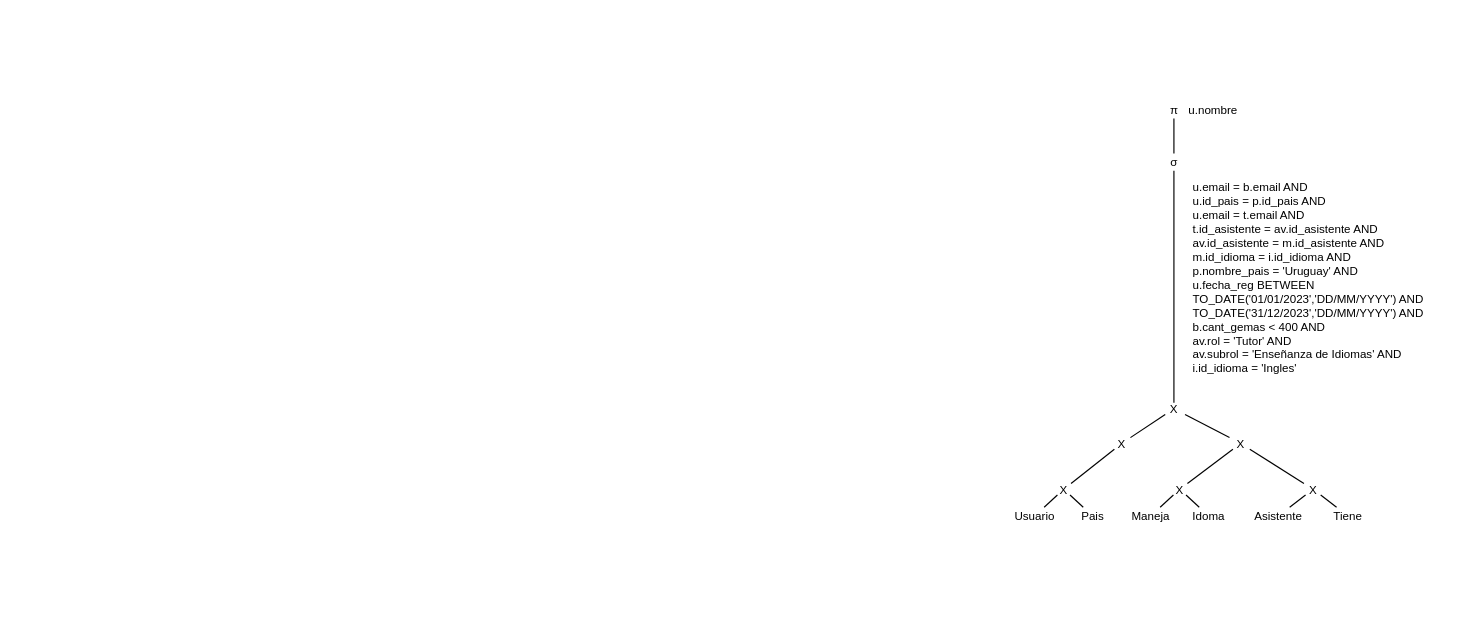
This is Ejercicio-3/Parte-4/arbolInicial.drawio from felipiacenza/BD2, a draw.io file, before an edit. Source tidied: cells renumbered, new cells numbered last; positions are measured from the earlier drawing's top-left corner, leaving out a move shared by most shapes. Both pictures are drawn from the tidied source at 58%, with x=0, y=0 at pixel (1013, 101).
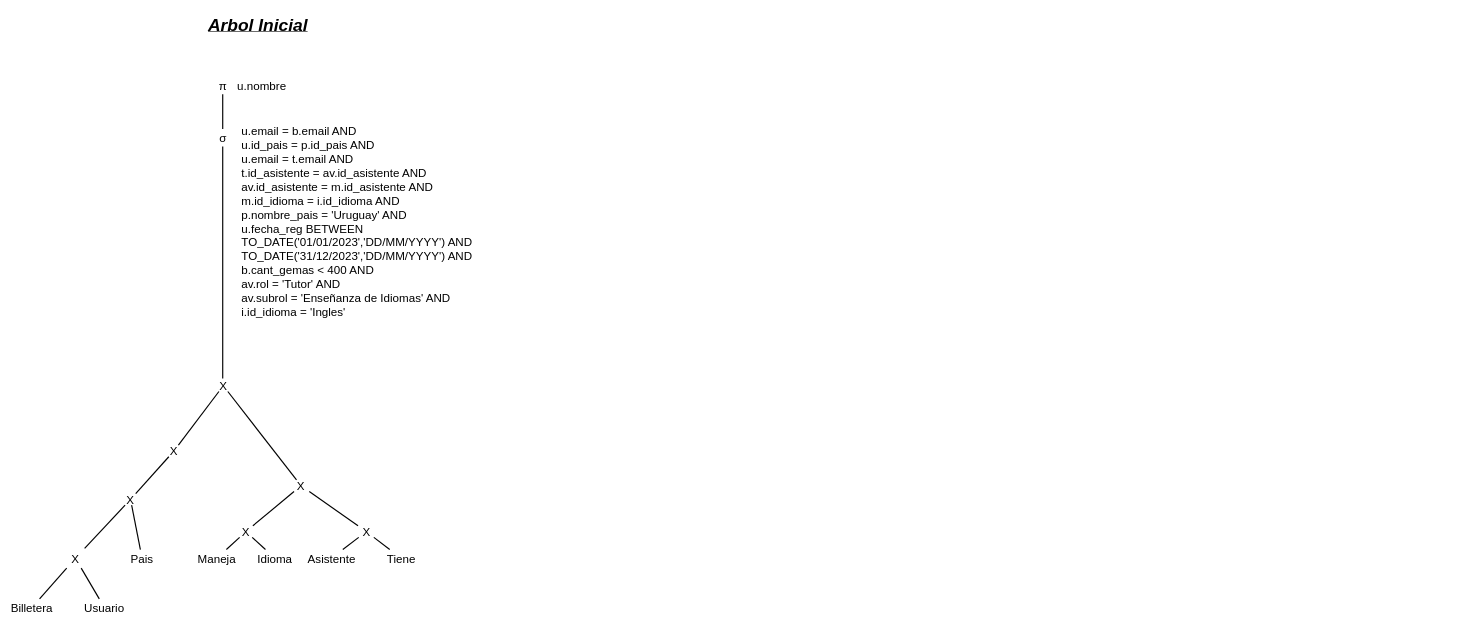
Above is the later version.

Change to the diagram source:
```diff
@@
-    <mxCell id="2" style="edgeStyle=none;shape=connector;rounded=1;html=1;labelBackgroundColor=default;strokeWidth=2;fontFamily=Helvetica;fontSize=20;fontColor=default;endArrow=none;endFill=0;" parent="1" edge="1" source="3" target="15">
-      <mxGeometry relative="1" as="geometry" />
-    </mxCell>
-    <mxCell id="3" value="Idoma" style="text;html=1;align=center;verticalAlign=middle;whiteSpace=wrap;rounded=0;fontSize=20;" parent="1" vertex="1">
-      <mxGeometry x="300" y="700" width="75" height="30" as="geometry" />
-    </mxCell>
-    <mxCell id="4" style="edgeStyle=none;html=1;endArrow=none;endFill=0;strokeWidth=2;fontSize=20;" parent="1" edge="1" source="5" target="15">
-      <mxGeometry relative="1" as="geometry" />
-    </mxCell>
-    <mxCell id="5" value="Maneja" style="text;html=1;align=center;verticalAlign=middle;whiteSpace=wrap;rounded=0;fontSize=20;" parent="1" vertex="1">
-      <mxGeometry x="200" y="700" width="75" height="30" as="geometry" />
-    </mxCell>
-    <mxCell id="6" style="edgeStyle=none;shape=connector;rounded=1;html=1;labelBackgroundColor=default;strokeWidth=2;fontFamily=Helvetica;fontSize=20;fontColor=default;endArrow=none;endFill=0;" parent="1" edge="1" source="7" target="19">
-      <mxGeometry relative="1" as="geometry" />
-    </mxCell>
-    <mxCell id="7" value="Asistente" style="text;html=1;align=center;verticalAlign=middle;whiteSpace=wrap;rounded=0;fontSize=20;" parent="1" vertex="1">
-      <mxGeometry x="420" y="700" width="75" height="30" as="geometry" />
-    </mxCell>
-    <mxCell id="8" style="edgeStyle=none;shape=connector;rounded=1;html=1;labelBackgroundColor=default;strokeWidth=2;fontFamily=Helvetica;fontSize=20;fontColor=default;endArrow=none;endFill=0;" parent="1" edge="1" source="9" target="19">
-      <mxGeometry relative="1" as="geometry" />
-    </mxCell>
-    <mxCell id="9" value="Tiene" style="text;html=1;align=center;verticalAlign=middle;whiteSpace=wrap;rounded=0;fontSize=20;" parent="1" vertex="1">
-      <mxGeometry x="540" y="700" width="75" height="30" as="geometry" />
-    </mxCell>
-    <mxCell id="10" style="edgeStyle=none;shape=connector;rounded=1;html=1;labelBackgroundColor=default;strokeWidth=2;fontFamily=Helvetica;fontSize=20;fontColor=default;endArrow=none;endFill=0;" parent="1" edge="1" source="11" target="17">
-      <mxGeometry relative="1" as="geometry" />
-    </mxCell>
-    <mxCell id="11" value="Usuario" style="text;html=1;align=center;verticalAlign=middle;whiteSpace=wrap;rounded=0;fontSize=20;" parent="1" vertex="1">
-      <mxGeometry y="700" width="75" height="30" as="geometry" />
-    </mxCell>
-    <mxCell id="12" style="edgeStyle=none;shape=connector;rounded=1;html=1;labelBackgroundColor=default;strokeWidth=2;fontFamily=Helvetica;fontSize=20;fontColor=default;endArrow=none;endFill=0;" parent="1" edge="1" source="13" target="17">
-      <mxGeometry relative="1" as="geometry" />
-    </mxCell>
-    <mxCell id="13" value="Pais" style="text;html=1;align=center;verticalAlign=middle;whiteSpace=wrap;rounded=0;fontSize=20;" parent="1" vertex="1">
-      <mxGeometry x="100" y="700" width="75" height="30" as="geometry" />
-    </mxCell>
-    <mxCell id="14" style="edgeStyle=none;shape=connector;rounded=1;html=1;labelBackgroundColor=default;strokeWidth=2;fontFamily=Helvetica;fontSize=20;fontColor=default;endArrow=none;endFill=0;" parent="1" edge="1" source="15" target="23">
-      <mxGeometry relative="1" as="geometry" />
-    </mxCell>
-    <mxCell id="15" value="X" style="text;html=1;align=center;verticalAlign=middle;whiteSpace=wrap;rounded=0;fontSize=20;" parent="1" vertex="1">
-      <mxGeometry x="250" y="659" width="75" height="20" as="geometry" />
-    </mxCell>
-    <mxCell id="16" style="edgeStyle=none;shape=connector;rounded=1;html=1;labelBackgroundColor=default;strokeWidth=2;fontFamily=Helvetica;fontSize=20;fontColor=default;endArrow=none;endFill=0;" parent="1" edge="1" source="17" target="21">
-      <mxGeometry relative="1" as="geometry" />
-    </mxCell>
-    <mxCell id="17" value="X" style="text;html=1;align=center;verticalAlign=middle;whiteSpace=wrap;rounded=0;fontSize=20;" parent="1" vertex="1">
-      <mxGeometry x="50" y="659" width="75" height="20" as="geometry" />
-    </mxCell>
-    <mxCell id="18" style="edgeStyle=none;shape=connector;rounded=1;html=1;labelBackgroundColor=default;strokeWidth=2;fontFamily=Helvetica;fontSize=20;fontColor=default;endArrow=none;endFill=0;" parent="1" edge="1" source="19" target="23">
-      <mxGeometry relative="1" as="geometry" />
-    </mxCell>
-    <mxCell id="19" value="X" style="text;html=1;align=center;verticalAlign=middle;whiteSpace=wrap;rounded=0;fontSize=20;" parent="1" vertex="1">
-      <mxGeometry x="480" y="659" width="75" height="20" as="geometry" />
-    </mxCell>
-    <mxCell id="20" style="edgeStyle=none;shape=connector;rounded=1;html=1;labelBackgroundColor=default;strokeWidth=2;fontFamily=Helvetica;fontSize=20;fontColor=default;endArrow=none;endFill=0;" parent="1" edge="1" source="21" target="25">
-      <mxGeometry relative="1" as="geometry" />
-    </mxCell>
-    <mxCell id="21" value="X" style="text;html=1;align=center;verticalAlign=middle;whiteSpace=wrap;rounded=0;fontSize=20;" parent="1" vertex="1">
-      <mxGeometry x="150" y="580" width="75" height="20" as="geometry" />
-    </mxCell>
-    <mxCell id="22" style="edgeStyle=none;shape=connector;rounded=1;html=1;labelBackgroundColor=default;strokeWidth=2;fontFamily=Helvetica;fontSize=20;fontColor=default;endArrow=none;endFill=0;" parent="1" edge="1" source="23" target="25">
-      <mxGeometry relative="1" as="geometry" />
-    </mxCell>
-    <mxCell id="23" value="X" style="text;html=1;align=center;verticalAlign=middle;whiteSpace=wrap;rounded=0;fontSize=20;" parent="1" vertex="1">
-      <mxGeometry x="355" y="580" width="75" height="20" as="geometry" />
-    </mxCell>
-    <mxCell id="24" style="edgeStyle=none;shape=connector;rounded=1;html=1;labelBackgroundColor=default;strokeWidth=2;fontFamily=Helvetica;fontSize=20;fontColor=default;endArrow=none;endFill=0;" parent="1" edge="1" source="25" target="27">
-      <mxGeometry relative="1" as="geometry" />
-    </mxCell>
-    <mxCell id="25" value="X" style="text;html=1;align=center;verticalAlign=middle;whiteSpace=wrap;rounded=0;fontSize=20;" parent="1" vertex="1">
-      <mxGeometry x="240" y="520" width="75" height="20" as="geometry" />
-    </mxCell>
+    <mxCell id="30" style="edgeStyle=none;shape=connector;rounded=1;html=1;labelBackgroundColor=none;strokeWidth=2;fontFamily=Helvetica;fontSize=20;fontColor=default;endArrow=none;endFill=0;" parent="1" edge="1" target="27">
+      <mxGeometry relative="1" as="geometry">
+        <mxPoint x="-1362.5" y="478" as="sourcePoint" />
+      </mxGeometry>
+    </mxCell>
-    <mxCell id="26" style="edgeStyle=none;shape=connector;rounded=1;html=1;labelBackgroundColor=default;strokeWidth=2;fontFamily=Helvetica;fontSize=20;fontColor=#FFFFFF;endArrow=none;endFill=0;" parent="1" edge="1" source="27" target="29">
+    <mxCell id="26" style="edgeStyle=none;shape=connector;rounded=1;html=1;labelBackgroundColor=none;strokeWidth=2;fontFamily=Helvetica;fontSize=20;fontColor=default;endArrow=none;endFill=0;" parent="1" edge="1" source="27" target="29">
       <mxGeometry relative="1" as="geometry" />
     </mxCell>
-    <mxCell id="27" value="σ " style="text;html=1;align=center;verticalAlign=middle;whiteSpace=wrap;rounded=0;fontFamily=Helvetica;fontSize=20;" parent="1" vertex="1">
-      <mxGeometry x="247.5" y="90" width="60" height="30" as="geometry" />
+    <mxCell id="27" value="σ " style="text;html=1;align=center;verticalAlign=middle;whiteSpace=wrap;rounded=0;fontFamily=Helvetica;fontSize=20;labelBackgroundColor=none;fontColor=default;" parent="1" vertex="1">
+      <mxGeometry x="-1392.5" y="48" width="60" height="30" as="geometry" />
     </mxCell>
-    <mxCell id="28" value="&lt;font style=&quot;font-size: 20px;&quot;&gt;u.email = b.email AND&lt;br&gt;u.id_pais = p.id_pais AND&lt;br&gt;u.email = t.email AND&lt;br&gt;t.id_asistente = av.id_asistente AND&lt;br&gt;av.id_asistente = m.id_asistente AND&lt;br&gt;m.id_idioma = i.id_idioma AND&lt;br&gt;p.nombre_pais = 'Uruguay' AND&lt;br&gt;u.fecha_reg BETWEEN TO_DATE('01/01/2023','DD/MM/YYYY') AND TO_DATE('31/12/2023','DD/MM/YYYY') AND&lt;br&gt;b.cant_gemas &amp;lt; 400 AND&lt;br&gt;av.rol = 'Tutor' AND&lt;br&gt;av.subrol = 'Enseñanza de Idiomas' AND&lt;br&gt;i.id_idioma = 'Ingles'&lt;br&gt;&lt;/font&gt;" style="text;html=1;align=left;verticalAlign=top;whiteSpace=wrap;rounded=0;fontFamily=Helvetica;fontSize=20;" parent="1" vertex="1">
-      <mxGeometry x="308" y="130" width="452" height="400" as="geometry" />
+    <mxCell id="28" value="&lt;font style=&quot;font-size: 20px;&quot;&gt;u.email = b.email AND&lt;br&gt;u.id_pais = p.id_pais AND&lt;br&gt;u.email = t.email AND&lt;br&gt;t.id_asistente = av.id_asistente AND&lt;br&gt;av.id_asistente = m.id_asistente AND&lt;br&gt;m.id_idioma = i.id_idioma AND&lt;br&gt;p.nombre_pais = 'Uruguay' AND&lt;br&gt;u.fecha_reg BETWEEN TO_DATE('01/01/2023','DD/MM/YYYY') AND TO_DATE('31/12/2023','DD/MM/YYYY') AND&lt;br&gt;b.cant_gemas &amp;lt; 400 AND&lt;br&gt;av.rol = 'Tutor' AND&lt;br&gt;av.subrol = 'Enseñanza de Idiomas' AND&lt;br&gt;i.id_idioma = 'Ingles'&lt;br&gt;&lt;/font&gt;" style="text;html=1;align=left;verticalAlign=top;whiteSpace=wrap;rounded=0;fontFamily=Helvetica;fontSize=20;labelBackgroundColor=none;fontColor=default;" parent="1" vertex="1">
+      <mxGeometry x="-1332" y="33" width="422" height="355" as="geometry" />
     </mxCell>
-    <mxCell id="29" value="π " style="text;html=1;align=center;verticalAlign=middle;whiteSpace=wrap;rounded=0;labelBackgroundColor=none;fontFamily=Helvetica;fontSize=20;" parent="1" vertex="1">
-      <mxGeometry x="247.5" width="60" height="30" as="geometry" />
+    <mxCell id="29" value="π " style="text;html=1;align=center;verticalAlign=middle;whiteSpace=wrap;rounded=0;labelBackgroundColor=none;fontFamily=Helvetica;fontSize=20;fontColor=default;" parent="1" vertex="1">
+      <mxGeometry x="-1392.5" y="-42" width="60" height="30" as="geometry" />
     </mxCell>
-    <mxCell id="30" value="u.nombre" style="text;html=1;align=center;verticalAlign=middle;whiteSpace=wrap;rounded=0;labelBackgroundColor=none;fontFamily=Helvetica;fontSize=20;" parent="1" vertex="1">
-      <mxGeometry x="315" width="60" height="30" as="geometry" />
-    </mxCell>
+    <mxCell id="31" value="u.nombre" style="text;html=1;align=center;verticalAlign=middle;whiteSpace=wrap;rounded=0;labelBackgroundColor=none;fontFamily=Helvetica;fontSize=20;fontColor=default;" parent="1" vertex="1">
+      <mxGeometry x="-1325" y="-42" width="60" height="30" as="geometry" />
+    </mxCell>
+    <mxCell id="32" value="&lt;font style=&quot;font-size: 30px;&quot;&gt;Arbol Inicial&lt;/font&gt;" style="text;html=1;align=center;verticalAlign=middle;fontStyle=7;labelBackgroundColor=none;fontColor=default;" parent="1" vertex="1">
+      <mxGeometry x="-1392.5" y="-157" width="180" height="50" as="geometry" />
+    </mxCell>
+    <mxCell id="33" style="edgeStyle=none;shape=connector;rounded=1;html=1;labelBackgroundColor=none;strokeWidth=2;fontFamily=Helvetica;fontSize=20;fontColor=default;endArrow=none;endFill=0;" parent="1" edge="1" source="34" target="41">
+      <mxGeometry relative="1" as="geometry" />
+    </mxCell>
+    <mxCell id="34" value="Idioma" style="text;html=1;align=center;verticalAlign=middle;whiteSpace=wrap;rounded=0;fontSize=20;labelBackgroundColor=none;fontColor=default;" parent="1" vertex="1">
+      <mxGeometry x="-1310" y="773" width="75" height="30" as="geometry" />
+    </mxCell>
+    <mxCell id="35" style="edgeStyle=none;html=1;endArrow=none;endFill=0;strokeWidth=2;fontSize=20;labelBackgroundColor=none;fontColor=default;" parent="1" edge="1" source="5" target="41">
+      <mxGeometry relative="1" as="geometry" />
+    </mxCell>
+    <mxCell id="5" value="Maneja" style="text;html=1;align=center;verticalAlign=middle;whiteSpace=wrap;rounded=0;fontSize=20;labelBackgroundColor=none;fontColor=default;" parent="1" vertex="1">
+      <mxGeometry x="-1410" y="773" width="75" height="30" as="geometry" />
+    </mxCell>
+    <mxCell id="36" style="edgeStyle=none;shape=connector;rounded=1;html=1;labelBackgroundColor=none;strokeWidth=2;fontFamily=Helvetica;fontSize=20;fontColor=default;endArrow=none;endFill=0;" parent="1" edge="1" source="7" target="45">
+      <mxGeometry relative="1" as="geometry" />
+    </mxCell>
+    <mxCell id="7" value="Asistente" style="text;html=1;align=center;verticalAlign=middle;whiteSpace=wrap;rounded=0;fontSize=20;labelBackgroundColor=none;fontColor=default;" parent="1" vertex="1">
+      <mxGeometry x="-1212.5" y="773" width="75" height="30" as="geometry" />
+    </mxCell>
+    <mxCell id="37" style="edgeStyle=none;shape=connector;rounded=1;html=1;labelBackgroundColor=none;strokeWidth=2;fontFamily=Helvetica;fontSize=20;fontColor=default;endArrow=none;endFill=0;" parent="1" edge="1" source="9" target="45">
+      <mxGeometry relative="1" as="geometry" />
+    </mxCell>
+    <mxCell id="9" value="Tiene" style="text;html=1;align=center;verticalAlign=middle;whiteSpace=wrap;rounded=0;fontSize=20;labelBackgroundColor=none;fontColor=default;" parent="1" vertex="1">
+      <mxGeometry x="-1092.5" y="773" width="75" height="30" as="geometry" />
+    </mxCell>
+    <mxCell id="38" style="edgeStyle=none;shape=connector;rounded=1;html=1;labelBackgroundColor=none;strokeWidth=2;fontFamily=Helvetica;fontSize=20;fontColor=default;endArrow=none;endFill=0;" parent="1" edge="1" source="11" target="52">
+      <mxGeometry relative="1" as="geometry" />
+    </mxCell>
+    <mxCell id="11" value="Usuario" style="text;html=1;align=center;verticalAlign=middle;whiteSpace=wrap;rounded=0;fontSize=20;labelBackgroundColor=none;fontColor=default;" parent="1" vertex="1">
+      <mxGeometry x="-1604" y="858" width="75" height="30" as="geometry" />
+    </mxCell>
+    <mxCell id="39" style="edgeStyle=none;shape=connector;rounded=1;html=1;labelBackgroundColor=none;strokeWidth=2;fontFamily=Helvetica;fontSize=20;fontColor=default;endArrow=none;endFill=0;" parent="1" edge="1" source="13" target="43">
+      <mxGeometry relative="1" as="geometry" />
+    </mxCell>
+    <mxCell id="13" value="Pais" style="text;html=1;align=center;verticalAlign=middle;whiteSpace=wrap;rounded=0;fontSize=20;labelBackgroundColor=none;fontColor=default;" parent="1" vertex="1">
+      <mxGeometry x="-1539" y="773" width="75" height="30" as="geometry" />
+    </mxCell>
+    <mxCell id="40" style="edgeStyle=none;shape=connector;rounded=1;html=1;labelBackgroundColor=none;strokeWidth=2;fontFamily=Helvetica;fontSize=20;fontColor=default;endArrow=none;endFill=0;" parent="1" edge="1" source="41" target="49">
+      <mxGeometry relative="1" as="geometry" />
+    </mxCell>
+    <mxCell id="41" value="X" style="text;html=1;align=center;verticalAlign=middle;whiteSpace=wrap;rounded=0;fontSize=20;labelBackgroundColor=none;fontColor=default;" parent="1" vertex="1">
+      <mxGeometry x="-1360" y="732" width="75" height="20" as="geometry" />
+    </mxCell>
+    <mxCell id="42" style="edgeStyle=none;shape=connector;rounded=1;html=1;labelBackgroundColor=none;strokeWidth=2;fontFamily=Helvetica;fontSize=20;fontColor=default;endArrow=none;endFill=0;" parent="1" edge="1" source="43" target="47">
+      <mxGeometry relative="1" as="geometry" />
+    </mxCell>
+    <mxCell id="43" value="X" style="text;html=1;align=center;verticalAlign=middle;whiteSpace=wrap;rounded=0;fontSize=20;labelBackgroundColor=none;fontColor=default;" parent="1" vertex="1">
+      <mxGeometry x="-1559" y="676.5" width="75" height="20" as="geometry" />
+    </mxCell>
+    <mxCell id="44" style="edgeStyle=none;shape=connector;rounded=1;html=1;labelBackgroundColor=none;strokeWidth=2;fontFamily=Helvetica;fontSize=20;fontColor=default;endArrow=none;endFill=0;" parent="1" edge="1" source="45" target="49">
+      <mxGeometry relative="1" as="geometry" />
+    </mxCell>
+    <mxCell id="45" value="X" style="text;html=1;align=center;verticalAlign=middle;whiteSpace=wrap;rounded=0;fontSize=20;labelBackgroundColor=none;fontColor=default;" parent="1" vertex="1">
+      <mxGeometry x="-1152.5" y="732" width="75" height="20" as="geometry" />
+    </mxCell>
+    <mxCell id="46" style="edgeStyle=none;shape=connector;rounded=1;html=1;labelBackgroundColor=none;strokeWidth=2;fontFamily=Helvetica;fontSize=20;fontColor=default;endArrow=none;endFill=0;" parent="1" edge="1" source="47" target="50">
+      <mxGeometry relative="1" as="geometry" />
+    </mxCell>
+    <mxCell id="47" value="X" style="text;html=1;align=center;verticalAlign=middle;whiteSpace=wrap;rounded=0;fontSize=20;labelBackgroundColor=none;fontColor=default;" parent="1" vertex="1">
+      <mxGeometry x="-1484" y="593" width="75" height="20" as="geometry" />
+    </mxCell>
+    <mxCell id="48" style="edgeStyle=none;shape=connector;rounded=1;html=1;labelBackgroundColor=none;strokeWidth=2;fontFamily=Helvetica;fontSize=20;fontColor=default;endArrow=none;endFill=0;" parent="1" edge="1" source="49" target="50">
+      <mxGeometry relative="1" as="geometry" />
+    </mxCell>
+    <mxCell id="49" value="X" style="text;html=1;align=center;verticalAlign=middle;whiteSpace=wrap;rounded=0;fontSize=20;labelBackgroundColor=none;fontColor=default;" parent="1" vertex="1">
+      <mxGeometry x="-1265" y="653" width="75" height="20" as="geometry" />
+    </mxCell>
+    <mxCell id="50" value="X" style="text;html=1;align=center;verticalAlign=middle;whiteSpace=wrap;rounded=0;fontSize=20;labelBackgroundColor=none;fontColor=default;" parent="1" vertex="1">
+      <mxGeometry x="-1399" y="480.5" width="75" height="20" as="geometry" />
+    </mxCell>
+    <mxCell id="51" style="edgeStyle=none;shape=connector;rounded=1;jettySize=auto;html=1;strokeColor=default;strokeWidth=2;align=center;verticalAlign=middle;fontFamily=Helvetica;fontSize=20;fontColor=default;labelBackgroundColor=none;endArrow=none;endFill=0;" parent="1" edge="1" source="52" target="43">
+      <mxGeometry relative="1" as="geometry" />
+    </mxCell>
+    <mxCell id="52" value="X" style="text;html=1;align=center;verticalAlign=middle;whiteSpace=wrap;rounded=0;fontSize=20;labelBackgroundColor=none;fontColor=default;" parent="1" vertex="1">
+      <mxGeometry x="-1654" y="771" width="75" height="34" as="geometry" />
+    </mxCell>
+    <mxCell id="53" style="edgeStyle=none;shape=connector;rounded=1;jettySize=auto;html=1;strokeColor=default;strokeWidth=2;align=center;verticalAlign=middle;fontFamily=Helvetica;fontSize=20;fontColor=default;labelBackgroundColor=none;endArrow=none;endFill=0;" parent="1" edge="1" source="54" target="52">
+      <mxGeometry relative="1" as="geometry" />
+    </mxCell>
+    <mxCell id="54" value="Billetera" style="text;html=1;align=center;verticalAlign=middle;whiteSpace=wrap;rounded=0;fontSize=20;labelBackgroundColor=none;fontColor=default;" parent="1" vertex="1">
+      <mxGeometry x="-1729" y="858" width="75" height="30" as="geometry" />
+    </mxCell>
```
